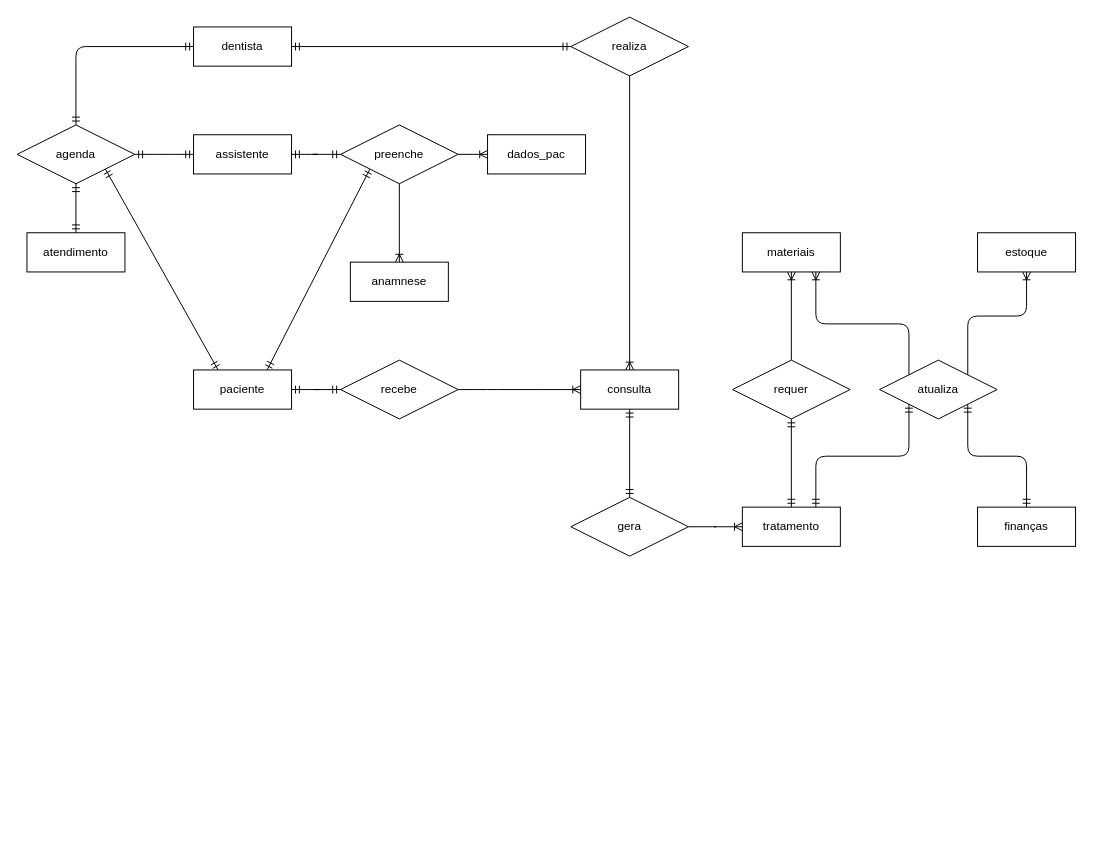
Before: Diagrama sem nome.drawio in fabiollg/Diagrama-ER-Consultorio, a draw.io diagram. Source tidied: cells renumbered, new cells numbered last; positions are measured from the earlier drawing's top-left corner, leaving out a move shared by most shapes. Both pictures are drawn from the tidied source at 98%, with x=0, y=0 at pixel (17, 17).
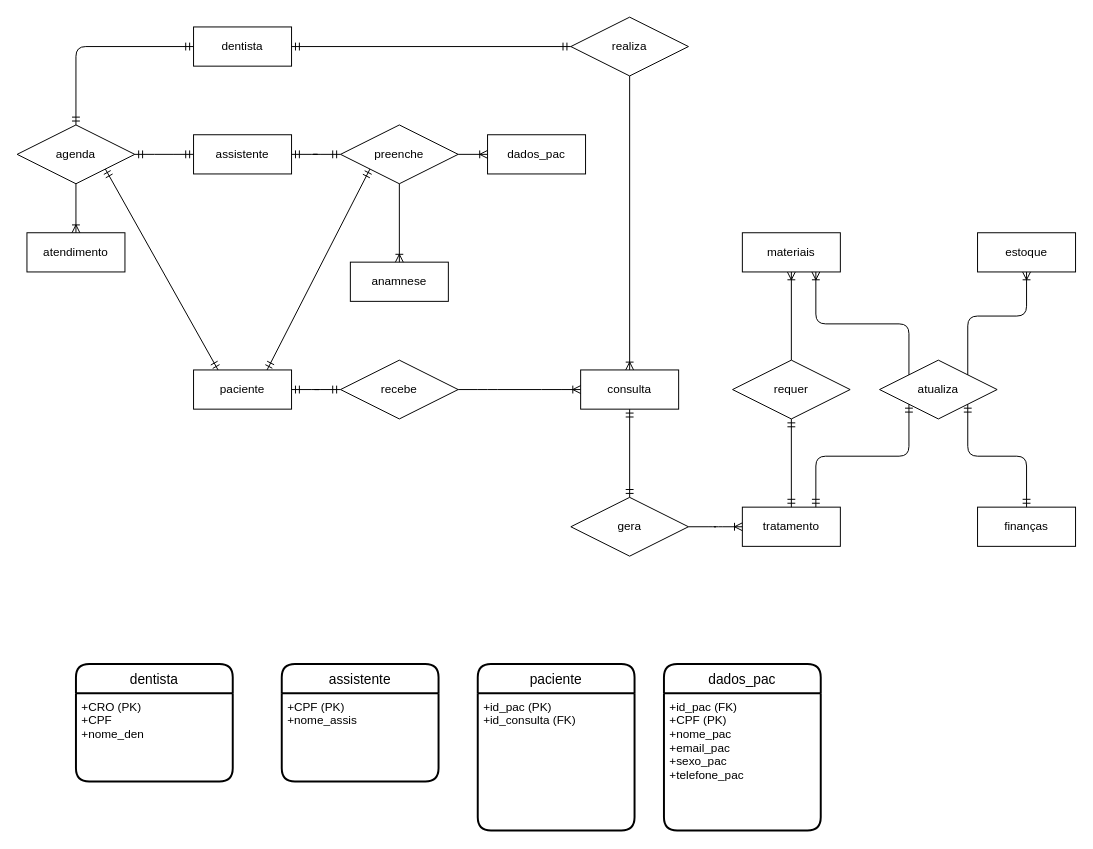
The same diagram, later.

Commit message:
descrição de atributos de algumas entidades

Unchanged cells that the change refers to:
```xml
<mxCell id="28" value="agenda" style="shape=rhombus;perimeter=rhombusPerimeter;whiteSpace=wrap;html=1;align=center;" parent="1" vertex="1">
  <mxGeometry y="110" width="120" height="60" as="geometry" />
</mxCell>
<mxCell id="30" value="atendimento" style="whiteSpace=wrap;html=1;align=center;" parent="1" vertex="1">
  <mxGeometry x="10" y="220" width="100" height="40" as="geometry" />
</mxCell>
```

What changed in the source:
```diff
@@
-    <mxCell id="31" style="fontSize=12;html=1;endArrow=ERmandOne;startArrow=ERmandOne;sketch=0;entryX=0.5;entryY=1;entryDx=0;entryDy=0;exitX=0.5;exitY=0;exitDx=0;exitDy=0;" parent="1" edge="1" source="30" target="28">
-      <mxGeometry relative="1" as="geometry" />
-    </mxCell>
@@
+    <mxCell id="40" value="dentista" style="swimlane;horizontal=1;startSize=30;rounded=1;fontSize=14;fontStyle=0;strokeWidth=2;shadow=0;dashed=0;align=center;" parent="1" vertex="1">
+      <mxGeometry x="60" y="660" width="160" height="120" as="geometry" />
+    </mxCell>
+    <mxCell id="41" value="+CRO (PK)&#10;+CPF&#10;+nome_den" style="align=left;strokeColor=none;fillColor=none;spacingLeft=4;fontSize=12;verticalAlign=top;" parent="40" vertex="1">
+      <mxGeometry y="30" width="160" height="90" as="geometry" />
+    </mxCell>
+    <mxCell id="42" value="assistente" style="swimlane;horizontal=1;startSize=30;rounded=1;fontSize=14;fontStyle=0;strokeWidth=2;shadow=0;dashed=0;align=center;" parent="1" vertex="1">
+      <mxGeometry x="270" y="660" width="160" height="120" as="geometry" />
+    </mxCell>
+    <mxCell id="43" value="+CPF (PK)&#10;+nome_assis " style="align=left;strokeColor=none;fillColor=none;spacingLeft=4;fontSize=12;verticalAlign=top;" parent="42" vertex="1">
+      <mxGeometry y="30" width="160" height="90" as="geometry" />
+    </mxCell>
+    <mxCell id="44" style="fontSize=12;html=1;endArrow=ERoneToMany;sketch=0;elbow=vertical;exitX=0.5;exitY=1;exitDx=0;exitDy=0;entryX=0.5;entryY=0;entryDx=0;entryDy=0;" parent="1" edge="1" source="28" target="30">
+      <mxGeometry relative="1" as="geometry" />
+    </mxCell>
+    <mxCell id="45" value="paciente" style="swimlane;horizontal=1;startSize=30;rounded=1;fontSize=14;fontStyle=0;strokeWidth=2;shadow=0;dashed=0;align=center;" parent="1" vertex="1">
+      <mxGeometry x="470" y="660" width="160" height="170" as="geometry" />
+    </mxCell>
+    <mxCell id="46" value="+id_pac (PK)&#10;+id_consulta (FK)" style="align=left;strokeColor=none;fillColor=none;spacingLeft=4;fontSize=12;verticalAlign=top;" parent="45" vertex="1">
+      <mxGeometry y="30" width="160" height="140" as="geometry" />
+    </mxCell>
+    <mxCell id="47" value="dados_pac" style="swimlane;horizontal=1;startSize=30;rounded=1;fontSize=14;fontStyle=0;strokeWidth=2;shadow=0;dashed=0;align=center;" parent="1" vertex="1">
+      <mxGeometry x="660" y="660" width="160" height="170" as="geometry" />
+    </mxCell>
+    <mxCell id="48" value="+id_pac (FK)&#10;+CPF (PK)&#10;+nome_pac&#10;+email_pac&#10;+sexo_pac&#10;+telefone_pac&#10;" style="align=left;strokeColor=none;fillColor=none;spacingLeft=4;fontSize=12;verticalAlign=top;" parent="47" vertex="1">
+      <mxGeometry y="30" width="160" height="140" as="geometry" />
+    </mxCell>
```
